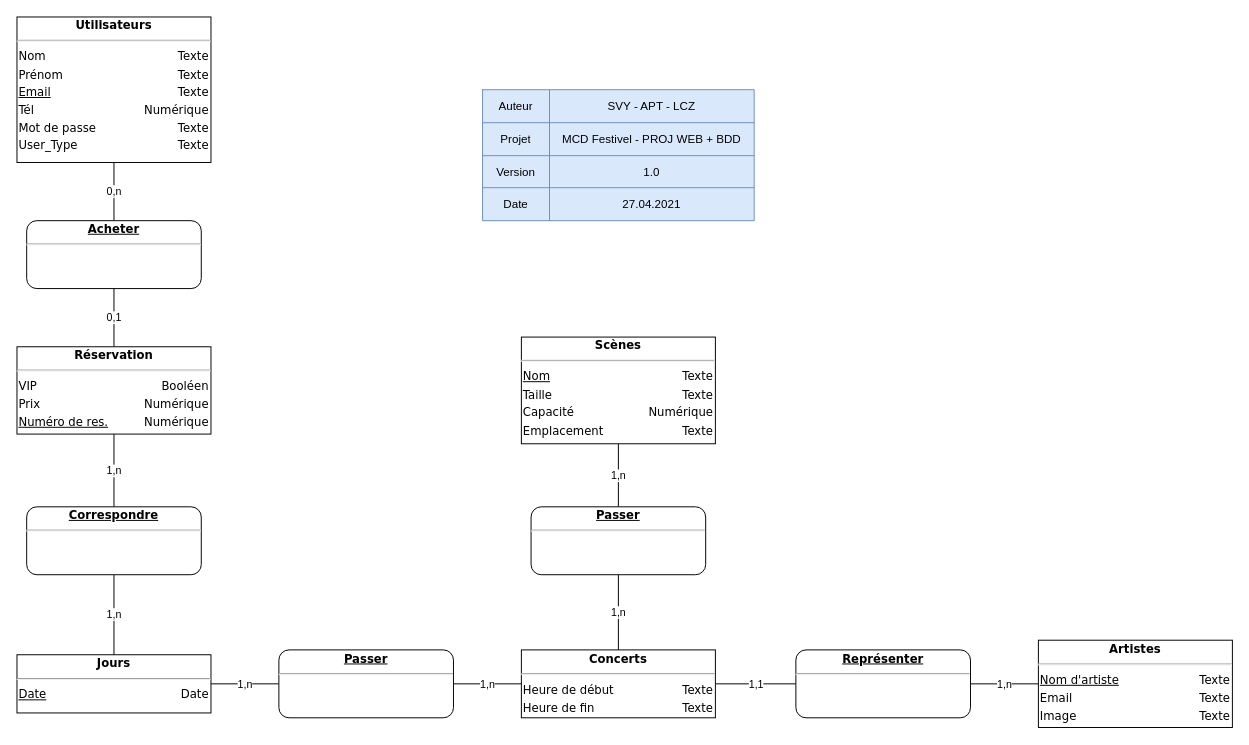
The draw.io diagram Documentation/MCD 1.0.drawio in AxelPittet/Festivel, before the edit. Source tidied: cells renumbered, new cells numbered last; positions are measured from the earlier drawing's top-left corner, leaving out a move shared by most shapes. Both pictures are drawn from the tidied source at 97%, with x=0, y=0 at pixel (16, 16).
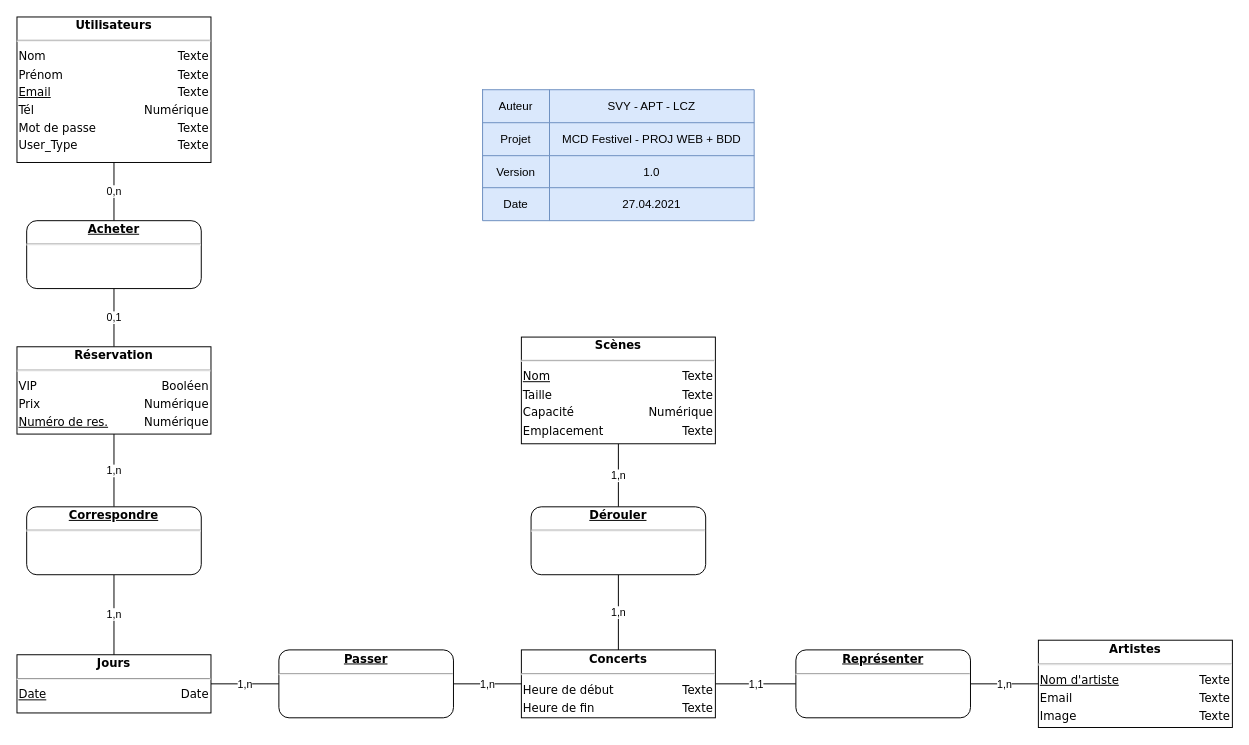
The same diagram, later.

The edit, as a diff of the source:
```diff
@@
-    <mxCell id="22" value="&lt;div style=&quot;box-sizing: border-box ; width: 100% ; padding: 2px&quot;&gt;&lt;span style=&quot;background-color: rgb(255 , 255 , 255)&quot;&gt;&lt;b&gt;&lt;u&gt;Passer&lt;/u&gt;&lt;/b&gt;&lt;/span&gt;&lt;/div&gt;&lt;hr&gt;&lt;table style=&quot;width: 100% ; font-size: 1em&quot; cellpadding=&quot;2&quot; cellspacing=&quot;0&quot;&gt;&lt;tbody&gt;&lt;tr&gt;&lt;td style=&quot;text-align: left&quot;&gt;&lt;/td&gt;&lt;td style=&quot;text-align: right&quot;&gt;&lt;/td&gt;&lt;/tr&gt;&lt;/tbody&gt;&lt;/table&gt;" style="verticalAlign=top;align=center;overflow=fill;html=1;rounded=1;shadow=0;comic=0;labelBackgroundColor=none;strokeColor=#000000;strokeWidth=1;fillColor=#ffffff;fontFamily=Verdana;fontSize=12;fontColor=#000000;" parent="1" vertex="1">
+    <mxCell id="22" value="&lt;div style=&quot;box-sizing: border-box ; width: 100% ; padding: 2px&quot;&gt;&lt;span style=&quot;background-color: rgb(255 , 255 , 255)&quot;&gt;&lt;b&gt;&lt;u&gt;Dérouler&lt;/u&gt;&lt;/b&gt;&lt;/span&gt;&lt;/div&gt;&lt;hr&gt;&lt;table style=&quot;width: 100% ; font-size: 1em&quot; cellpadding=&quot;2&quot; cellspacing=&quot;0&quot;&gt;&lt;tbody&gt;&lt;tr&gt;&lt;td style=&quot;text-align: left&quot;&gt;&lt;/td&gt;&lt;td style=&quot;text-align: right&quot;&gt;&lt;/td&gt;&lt;/tr&gt;&lt;/tbody&gt;&lt;/table&gt;" style="verticalAlign=top;align=center;overflow=fill;html=1;rounded=1;shadow=0;comic=0;labelBackgroundColor=none;strokeColor=#000000;strokeWidth=1;fillColor=#ffffff;fontFamily=Verdana;fontSize=12;fontColor=#000000;" parent="1" vertex="1">
       <mxGeometry x="530" y="505" width="180" height="70" as="geometry" />
     </mxCell>
```
